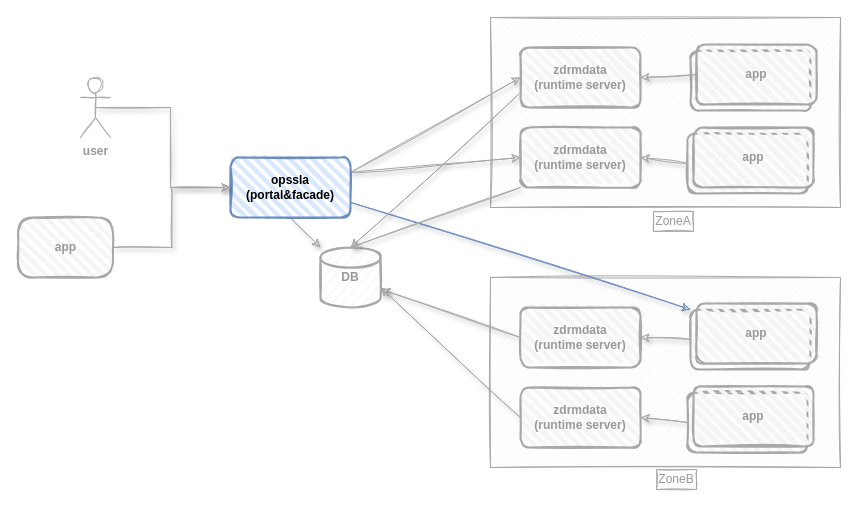
This is page "点对点推送" (4 of 7) of drm-arch.drawio from atellwu/atellwu.github.io, a draw.io file, before an edit. Source tidied: cells renumbered, new cells numbered last; positions are measured from the earlier drawing's top-left corner, leaving out a move shared by most shapes. Both pictures are drawn from the tidied source at 100%, with x=0, y=0 at pixel (18, 17).
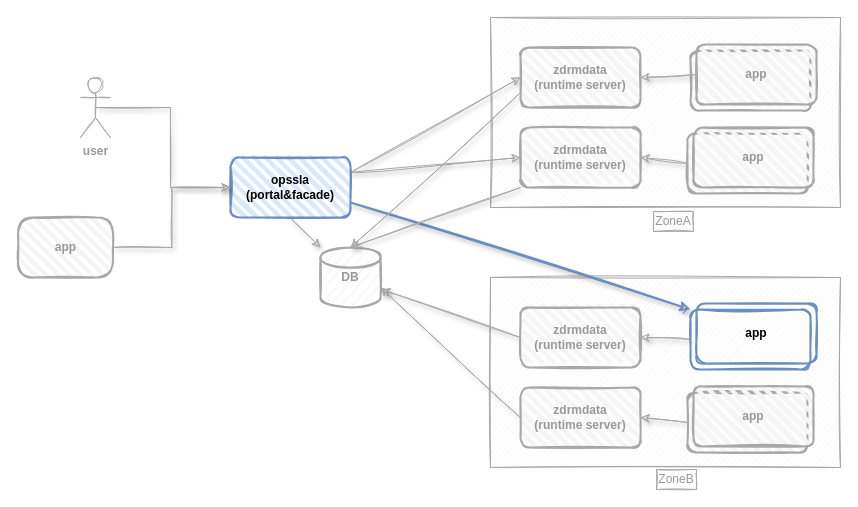
The same page after the edit.

Unchanged cells that the change refers to:
```xml
<mxCell id="8" value="&lt;b&gt;opssla&lt;br&gt;(portal&amp;amp;facade)&lt;/b&gt;" style="rounded=1;whiteSpace=wrap;html=1;strokeWidth=2;fillWeight=4;hachureGap=8;hachureAngle=45;sketch=1;fillColor=#dae8fc;strokeColor=#6c8ebf;" parent="1" vertex="1">
  <mxGeometry x="212" y="140" width="120" height="60" as="geometry" />
</mxCell>
```

Change to the diagram source:
```diff
@@
-    <mxCell id="7" style="edgeStyle=none;rounded=1;sketch=1;jettySize=auto;html=1;exitX=1;exitY=0.75;exitDx=0;exitDy=0;entryX=0;entryY=0;entryDx=0;entryDy=0;shadow=1;startArrow=none;startFill=0;fillColor=#dae8fc;strokeColor=#6c8ebf;fontColor=#999999;" parent="1" edge="1" source="8" target="31">
+    <mxCell id="7" style="edgeStyle=none;rounded=1;sketch=1;jettySize=auto;html=1;exitX=1;exitY=0.75;exitDx=0;exitDy=0;entryX=0;entryY=0;entryDx=0;entryDy=0;shadow=1;startArrow=none;startFill=0;fillColor=#dae8fc;strokeColor=#6c8ebf;fontColor=#999999;strokeWidth=2;" parent="1" edge="1" source="8" target="31">
       <mxGeometry relative="1" as="geometry" />
     </mxCell>
@@
-    <mxCell id="31" style="rounded=1;whiteSpace=wrap;html=1;strokeWidth=2;fillWeight=4;hachureGap=8;hachureAngle=45;sketch=1;fillColor=#f5f5f5;strokeColor=#A8A8A8;fontColor=#999999;" parent="1" vertex="1">
+    <mxCell id="31" style="rounded=1;whiteSpace=wrap;html=1;strokeWidth=2;fillWeight=4;hachureGap=8;hachureAngle=45;sketch=1;strokeColor=#6c8ebf;fillColor=none;" parent="1" vertex="1">
       <mxGeometry x="672" y="292" width="120" height="60" as="geometry" />
     </mxCell>
-    <mxCell id="32" value="&lt;b&gt;app&lt;/b&gt;" style="rounded=1;whiteSpace=wrap;html=1;strokeWidth=2;fillWeight=4;hachureGap=8;hachureAngle=45;sketch=1;fillColor=#f5f5f5;strokeColor=#A8A8A8;fontColor=#999999;" parent="1" vertex="1">
+    <mxCell id="32" value="&lt;b&gt;app&lt;/b&gt;" style="rounded=1;whiteSpace=wrap;html=1;strokeWidth=2;fillWeight=4;hachureGap=8;hachureAngle=45;sketch=1;strokeColor=#6c8ebf;fillColor=none;" parent="1" vertex="1">
       <mxGeometry x="678" y="286" width="120" height="60" as="geometry" />
     </mxCell>
```
